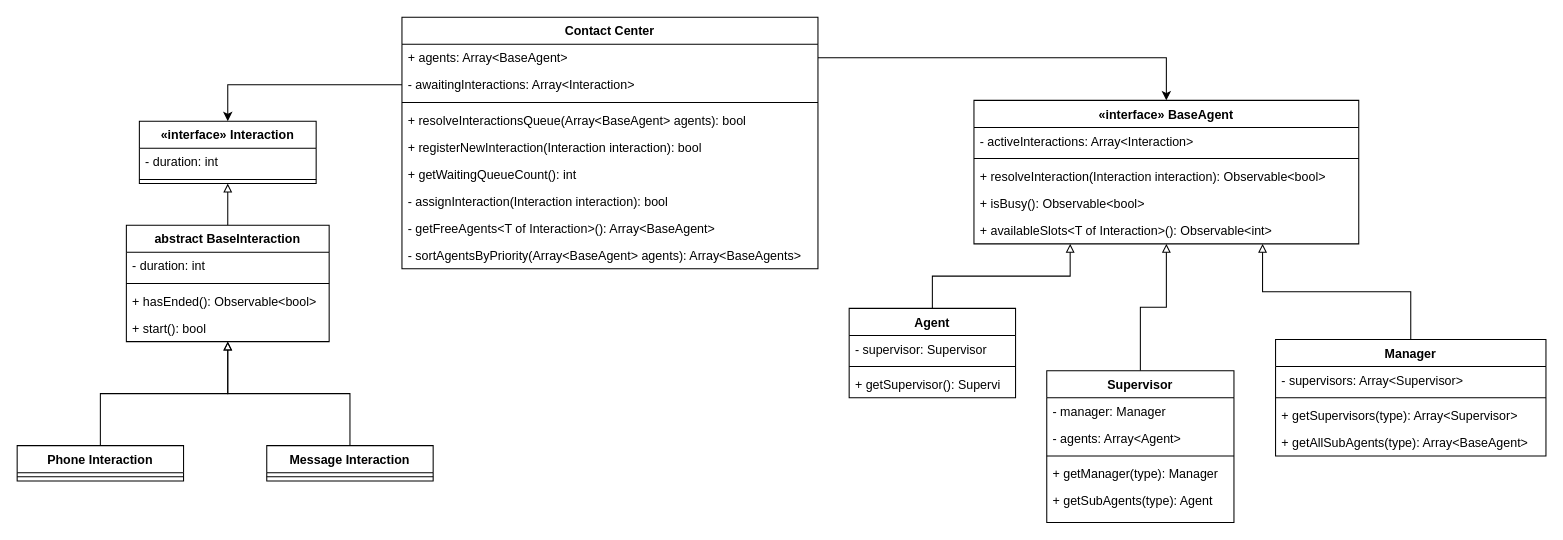
Above: Vonage-Challenge.drawio in dvelluto/vonage-challenge (draw.io), before the change. Source tidied: cells renumbered, new cells numbered last; positions are measured from the earlier drawing's top-left corner, leaving out a move shared by most shapes. Both pictures are drawn from the tidied source at 104%, with x=0, y=0 at pixel (17, 17).
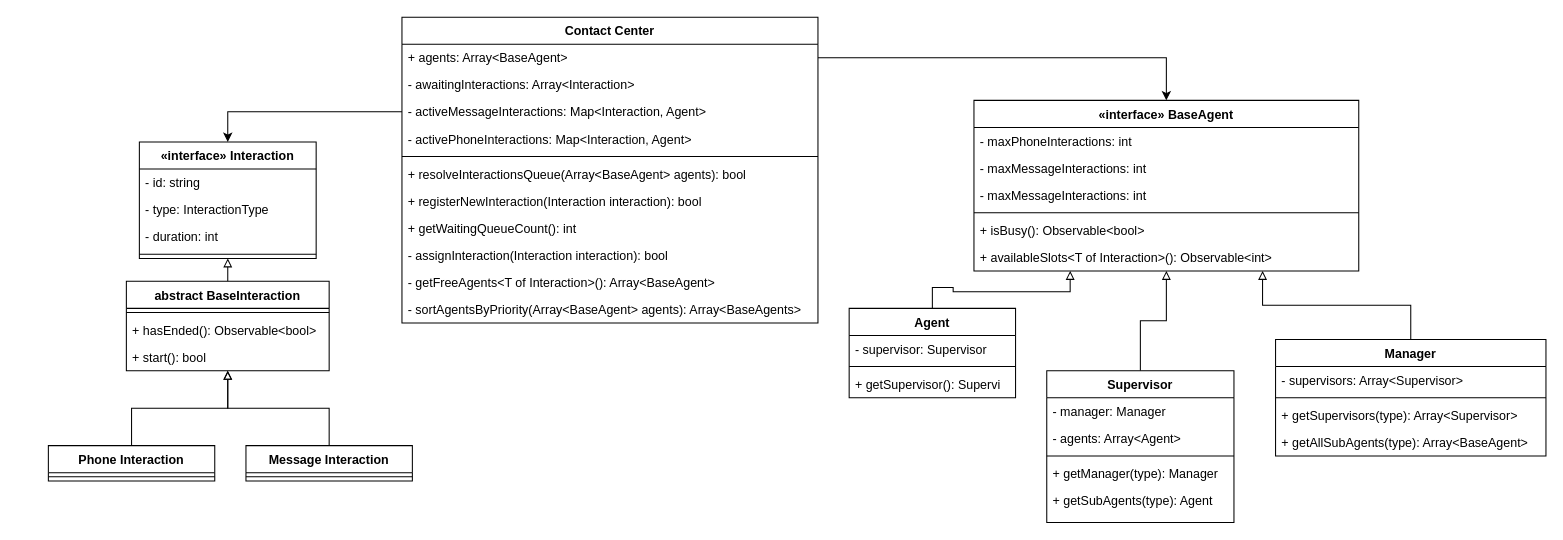
Above is the later version.

Diff of the diagram source:
```diff
@@
     <mxCell id="3" value="Message Interaction" style="swimlane;fontStyle=1;align=center;verticalAlign=top;horizontal=1;startSize=26;" parent="1" vertex="1">
-      <mxGeometry x="240" y="412" width="160" height="34" as="geometry" />
+      <mxGeometry x="220" y="412" width="160" height="34" as="geometry" />
     </mxCell>
@@
     <mxCell id="6" value="Phone Interaction" style="swimlane;fontStyle=1;align=center;verticalAlign=top;horizontal=1;startSize=26;" parent="1" vertex="1">
-      <mxGeometry y="412" width="160" height="34" as="geometry" />
+      <mxGeometry x="30" y="412" width="160" height="34" as="geometry" />
     </mxCell>
@@
     <mxCell id="27" value="«interface» BaseAgent" style="swimlane;fontStyle=1;align=center;verticalAlign=top;horizontal=1;startSize=26;" parent="1" vertex="1">
-      <mxGeometry x="920" y="80" width="370" height="138" as="geometry" />
+      <mxGeometry x="920" y="80" width="370" height="164" as="geometry" />
     </mxCell>
+    <mxCell id="53" value="- maxPhoneInteractions: int" style="text;strokeColor=none;fillColor=none;align=left;verticalAlign=top;spacingLeft=4;spacingRight=4;overflow=hidden;" parent="27" vertex="1">
+      <mxGeometry y="26" width="370" height="26" as="geometry" />
+    </mxCell>
-    <mxCell id="28" value="- activeInteractions: Array&lt;Interaction&gt;" style="text;strokeColor=none;fillColor=none;align=left;verticalAlign=top;spacingLeft=4;spacingRight=4;overflow=hidden;" parent="27" vertex="1">
-      <mxGeometry y="26" width="370" height="26" as="geometry" />
+    <mxCell id="28" value="- maxMessageInteractions: int" style="text;strokeColor=none;fillColor=none;align=left;verticalAlign=top;spacingLeft=4;spacingRight=4;overflow=hidden;" parent="27" vertex="1">
+      <mxGeometry y="52" width="370" height="26" as="geometry" />
     </mxCell>
+    <mxCell id="54" value="- maxMessageInteractions: int" style="text;strokeColor=none;fillColor=none;align=left;verticalAlign=top;spacingLeft=4;spacingRight=4;overflow=hidden;" parent="27" vertex="1">
+      <mxGeometry y="78" width="370" height="26" as="geometry" />
+    </mxCell>
     <mxCell id="29" style="line;strokeWidth=1;fillColor=none;align=left;verticalAlign=middle;spacingTop=-1;spacingLeft=3;spacingRight=3;labelPosition=right;" parent="27" vertex="1">
-      <mxGeometry y="52" width="370" height="8" as="geometry" />
+      <mxGeometry y="104" width="370" height="8" as="geometry" />
     </mxCell>
-    <mxCell id="30" value="+ resolveInteraction(Interaction interaction): Observable&lt;bool&gt;" style="text;strokeColor=none;fillColor=none;align=left;verticalAlign=top;spacingLeft=4;spacingRight=4;overflow=hidden;" parent="27" vertex="1">
-      <mxGeometry y="60" width="370" height="26" as="geometry" />
-    </mxCell>
     <mxCell id="31" value="+ isBusy(): Observable&lt;bool&gt;" style="text;strokeColor=none;fillColor=none;align=left;verticalAlign=top;spacingLeft=4;spacingRight=4;overflow=hidden;" parent="27" vertex="1">
-      <mxGeometry y="86" width="370" height="26" as="geometry" />
+      <mxGeometry y="112" width="370" height="26" as="geometry" />
     </mxCell>
     <mxCell id="32" value="+ availableSlots&lt;T of Interaction&gt;(): Observable&lt;int&gt;" style="text;strokeColor=none;fillColor=none;align=left;verticalAlign=top;spacingLeft=4;spacingRight=4;overflow=hidden;" parent="27" vertex="1">
-      <mxGeometry y="112" width="370" height="26" as="geometry" />
+      <mxGeometry y="138" width="370" height="26" as="geometry" />
     </mxCell>
@@
     <mxCell id="35" value="«interface» Interaction" style="swimlane;fontStyle=1;align=center;verticalAlign=top;horizontal=1;startSize=26;" parent="1" vertex="1">
-      <mxGeometry x="117.5" y="100" width="170" height="60" as="geometry" />
+      <mxGeometry x="117.5" y="120" width="170" height="112" as="geometry" />
     </mxCell>
-    <mxCell id="36" value="- duration: int" style="text;strokeColor=none;fillColor=none;align=left;verticalAlign=top;spacingLeft=4;spacingRight=4;overflow=hidden;" parent="35" vertex="1">
+    <mxCell id="36" value="- id: string" style="text;strokeColor=none;fillColor=none;align=left;verticalAlign=top;spacingLeft=4;spacingRight=4;overflow=hidden;" parent="35" vertex="1">
       <mxGeometry y="26" width="170" height="26" as="geometry" />
     </mxCell>
+    <mxCell id="55" value="- type: InteractionType" style="text;strokeColor=none;fillColor=none;align=left;verticalAlign=top;spacingLeft=4;spacingRight=4;overflow=hidden;" parent="35" vertex="1">
+      <mxGeometry y="52" width="170" height="26" as="geometry" />
+    </mxCell>
+    <mxCell id="49" value="- duration: int" style="text;strokeColor=none;fillColor=none;align=left;verticalAlign=top;spacingLeft=4;spacingRight=4;overflow=hidden;" parent="35" vertex="1">
+      <mxGeometry y="78" width="170" height="26" as="geometry" />
+    </mxCell>
     <mxCell id="37" style="line;strokeWidth=1;fillColor=none;align=left;verticalAlign=middle;spacingTop=-1;spacingLeft=3;spacingRight=3;labelPosition=right;" parent="35" vertex="1">
-      <mxGeometry y="52" width="170" height="8" as="geometry" />
+      <mxGeometry y="104" width="170" height="8" as="geometry" />
     </mxCell>
     <mxCell id="38" value="Contact Center" style="swimlane;fontStyle=1;align=center;verticalAlign=top;horizontal=1;startSize=26;" parent="1" vertex="1">
-      <mxGeometry x="370" width="400" height="242" as="geometry" />
+      <mxGeometry x="370" width="400" height="294" as="geometry" />
     </mxCell>
@@
+    <mxCell id="56" value="- awaitingInteractions: Array&lt;Interaction&gt;" style="text;strokeColor=none;fillColor=none;align=left;verticalAlign=top;spacingLeft=4;spacingRight=4;overflow=hidden;" parent="38" vertex="1">
+      <mxGeometry y="52" width="400" height="26" as="geometry" />
+    </mxCell>
-    <mxCell id="40" value="- awaitingInteractions: Array&lt;Interaction&gt;" style="text;strokeColor=none;fillColor=none;align=left;verticalAlign=top;spacingLeft=4;spacingRight=4;overflow=hidden;points=[[0,0.5],[1,0.5]];portConstraint=eastwest;" parent="38" vertex="1">
-      <mxGeometry y="52" width="400" height="26" as="geometry" />
+    <mxCell id="40" value="- activeMessageInteractions: Map&lt;Interaction, Agent&gt;" style="text;strokeColor=none;fillColor=none;align=left;verticalAlign=top;spacingLeft=4;spacingRight=4;overflow=hidden;points=[[0,0.5],[1,0.5]];portConstraint=eastwest;" parent="38" vertex="1">
+      <mxGeometry y="78" width="400" height="26" as="geometry" />
     </mxCell>
+    <mxCell id="57" value="- activePhoneInteractions: Map&lt;Interaction, Agent&gt;" style="text;strokeColor=none;fillColor=none;align=left;verticalAlign=top;spacingLeft=4;spacingRight=4;overflow=hidden;" parent="38" vertex="1">
+      <mxGeometry y="104" width="400" height="26" as="geometry" />
+    </mxCell>
     <mxCell id="41" style="line;strokeWidth=1;fillColor=none;align=left;verticalAlign=middle;spacingTop=-1;spacingLeft=3;spacingRight=3;labelPosition=right;" parent="38" vertex="1">
-      <mxGeometry y="78" width="400" height="8" as="geometry" />
+      <mxGeometry y="130" width="400" height="8" as="geometry" />
     </mxCell>
     <mxCell id="42" value="+ resolveInteractionsQueue(Array&lt;BaseAgent&gt; agents): bool" style="text;strokeColor=none;fillColor=none;align=left;verticalAlign=top;spacingLeft=4;spacingRight=4;overflow=hidden;" parent="38" vertex="1">
-      <mxGeometry y="86" width="400" height="26" as="geometry" />
+      <mxGeometry y="138" width="400" height="26" as="geometry" />
     </mxCell>
     <mxCell id="43" value="+ registerNewInteraction(Interaction interaction): bool" style="text;strokeColor=none;fillColor=none;align=left;verticalAlign=top;spacingLeft=4;spacingRight=4;overflow=hidden;" parent="38" vertex="1">
-      <mxGeometry y="112" width="400" height="26" as="geometry" />
+      <mxGeometry y="164" width="400" height="26" as="geometry" />
     </mxCell>
     <mxCell id="44" value="+ getWaitingQueueCount(): int" style="text;strokeColor=none;fillColor=none;align=left;verticalAlign=top;spacingLeft=4;spacingRight=4;overflow=hidden;" parent="38" vertex="1">
-      <mxGeometry y="138" width="400" height="26" as="geometry" />
+      <mxGeometry y="190" width="400" height="26" as="geometry" />
     </mxCell>
     <mxCell id="45" value="- assignInteraction(Interaction interaction): bool" style="text;strokeColor=none;fillColor=none;align=left;verticalAlign=top;spacingLeft=4;spacingRight=4;overflow=hidden;" parent="38" vertex="1">
-      <mxGeometry y="164" width="400" height="26" as="geometry" />
+      <mxGeometry y="216" width="400" height="26" as="geometry" />
     </mxCell>
     <mxCell id="46" value="- getFreeAgents&lt;T of Interaction&gt;(): Array&lt;BaseAgent&gt;" style="text;strokeColor=none;fillColor=none;align=left;verticalAlign=top;spacingLeft=4;spacingRight=4;overflow=hidden;" parent="38" vertex="1">
-      <mxGeometry y="190" width="400" height="26" as="geometry" />
+      <mxGeometry y="242" width="400" height="26" as="geometry" />
     </mxCell>
     <mxCell id="47" value="- sortAgentsByPriority(Array&lt;BaseAgent&gt; agents): Array&lt;BaseAgents&gt;" style="text;strokeColor=none;fillColor=none;align=left;verticalAlign=top;spacingLeft=4;spacingRight=4;overflow=hidden;" parent="38" vertex="1">
-      <mxGeometry y="216" width="400" height="26" as="geometry" />
+      <mxGeometry y="268" width="400" height="26" as="geometry" />
     </mxCell>
     <mxCell id="48" value="abstract BaseInteraction" style="swimlane;fontStyle=1;align=center;verticalAlign=top;horizontal=1;startSize=26;" parent="1" vertex="1">
-      <mxGeometry x="105" y="200" width="195" height="112" as="geometry" />
+      <mxGeometry x="105" y="254" width="195" height="86" as="geometry" />
     </mxCell>
-    <mxCell id="49" value="- duration: int" style="text;strokeColor=none;fillColor=none;align=left;verticalAlign=top;spacingLeft=4;spacingRight=4;overflow=hidden;" parent="48" vertex="1">
-      <mxGeometry y="26" width="195" height="26" as="geometry" />
-    </mxCell>
     <mxCell id="50" style="line;strokeWidth=1;fillColor=none;align=left;verticalAlign=middle;spacingTop=-1;spacingLeft=3;spacingRight=3;labelPosition=right;" parent="48" vertex="1">
-      <mxGeometry y="52" width="195" height="8" as="geometry" />
+      <mxGeometry y="26" width="195" height="8" as="geometry" />
     </mxCell>
     <mxCell id="51" value="+ hasEnded(): Observable&lt;bool&gt;" style="text;strokeColor=none;fillColor=none;align=left;verticalAlign=top;spacingLeft=4;spacingRight=4;overflow=hidden;" parent="48" vertex="1">
-      <mxGeometry y="60" width="195" height="26" as="geometry" />
+      <mxGeometry y="34" width="195" height="26" as="geometry" />
     </mxCell>
     <mxCell id="52" value="+ start(): bool" style="text;strokeColor=none;fillColor=none;align=left;verticalAlign=top;spacingLeft=4;spacingRight=4;overflow=hidden;" parent="48" vertex="1">
-      <mxGeometry y="86" width="195" height="26" as="geometry" />
+      <mxGeometry y="60" width="195" height="26" as="geometry" />
     </mxCell>
```
